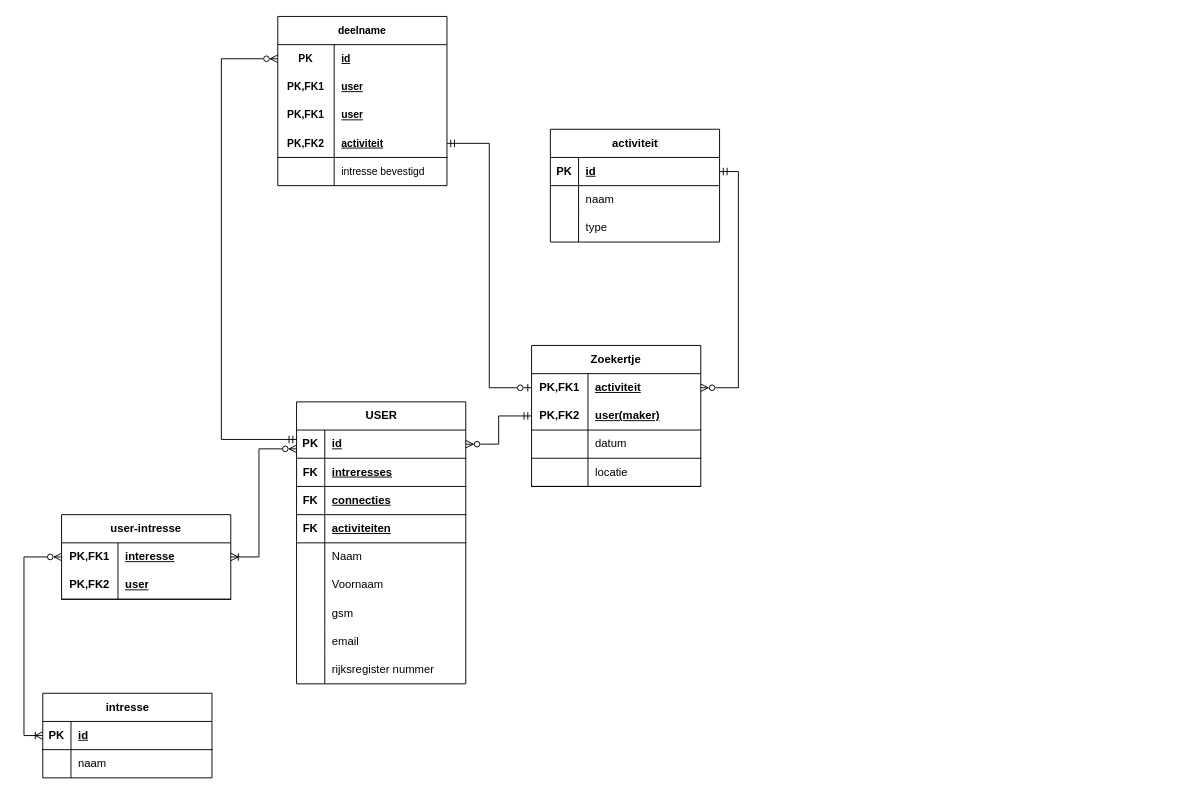
This is analysis/modelLogisch.drawio from UCLL-Full-stack/project2425-group6-15, a draw.io file, before an edit. Source tidied: cells renumbered, new cells numbered last; positions are measured from the earlier drawing's top-left corner, leaving out a move shared by most shapes. Both pictures are drawn from the tidied source at 94%, with x=0, y=0 at pixel (24, 16).
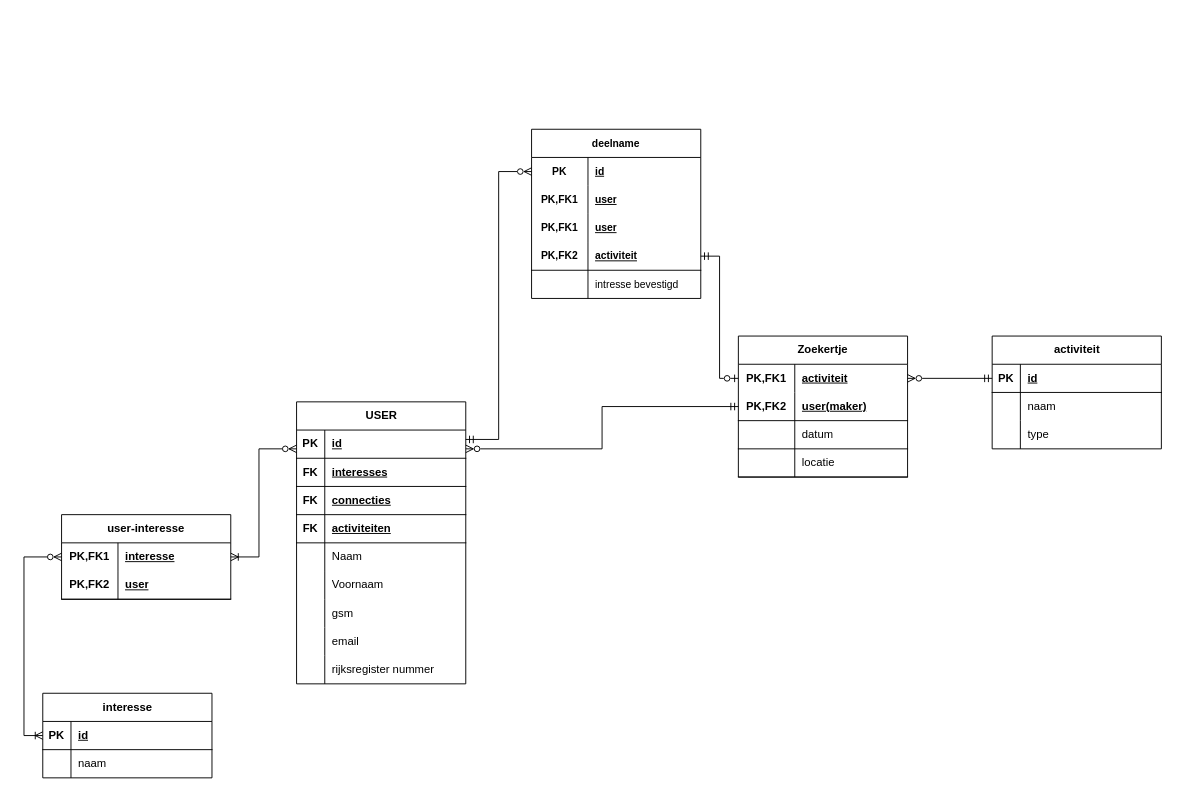
After the change.

Commit message:
Interesse aangepast

Unchanged cells that the change refers to:
```xml
<mxCell id="3" style="shape=tableRow;horizontal=0;startSize=0;swimlaneHead=0;swimlaneBody=0;fillColor=none;points=[[0,0.5],[1,0.5]];portConstraint=eastwest;top=0;left=0;right=0;bottom=1;" parent="2" vertex="1">
  <mxGeometry y="30" width="180" height="30" as="geometry" />
</mxCell>
<mxCell id="6" style="shape=tableRow;horizontal=0;startSize=0;swimlaneHead=0;swimlaneBody=0;fillColor=none;top=0;left=0;right=0;bottom=1;" parent="2" vertex="1">
  <mxGeometry y="60" width="180" height="30" as="geometry" />
</mxCell>
<mxCell id="31" style="shape=tableRow;horizontal=0;startSize=0;swimlaneHead=0;swimlaneBody=0;fillColor=none;points=[[0,0.5],[1,0.5]];portConstraint=eastwest;top=0;left=0;right=0;bottom=1;" parent="30" vertex="1">
  <mxGeometry y="30" width="180" height="30" as="geometry" />
</mxCell>
<mxCell id="57" style="shape=tableRow;horizontal=0;startSize=0;swimlaneHead=0;swimlaneBody=0;fillColor=none;points=[[0,0.5],[1,0.5]];portConstraint=eastwest;top=0;left=0;right=0;bottom=0;html=1;" parent="56" vertex="1">
  <mxGeometry y="30" width="180" height="30" as="geometry" />
</mxCell>
<mxCell id="60" style="shape=tableRow;horizontal=0;startSize=0;swimlaneHead=0;swimlaneBody=0;fillColor=none;points=[[0,0.5],[1,0.5]];portConstraint=eastwest;top=0;left=0;right=0;bottom=1;html=1;" parent="56" vertex="1">
  <mxGeometry y="60" width="180" height="30" as="geometry" />
</mxCell>
<mxCell id="72" style="shape=tableRow;horizontal=0;startSize=0;swimlaneHead=0;swimlaneBody=0;fillColor=none;points=[[0,0.5],[1,0.5]];portConstraint=eastwest;top=0;left=0;right=0;bottom=0;html=1;fontFamily=Helvetica;fontSize=11;fontColor=default;labelBackgroundColor=default;" parent="71" vertex="1">
  <mxGeometry y="30" width="180" height="30" as="geometry" />
</mxCell>
```

Change to the diagram source:
```diff
@@
-    <mxCell id="8" value="intreresses" style="shape=partialRectangle;fillColor=none;top=0;left=0;bottom=0;right=0;align=left;spacingLeft=6;fontStyle=5;overflow=hidden;whiteSpace=wrap;html=1;" parent="6" vertex="1">
+    <mxCell id="8" value="interesses" style="shape=partialRectangle;fillColor=none;top=0;left=0;bottom=0;right=0;align=left;spacingLeft=6;fontStyle=5;overflow=hidden;whiteSpace=wrap;html=1;" parent="6" vertex="1">
       <mxGeometry x="30" width="150" height="30" as="geometry" />
     </mxCell>
@@
     <mxCell id="30" value="activiteit" style="shape=table;startSize=30;childLayout=tableLayout;rowLines=0;fontStyle=1;align=center;html=1;" parent="1" vertex="1">
-      <mxGeometry x="560" y="120" width="180" height="120" as="geometry" />
+      <mxGeometry x="1030" y="340" width="180" height="120" as="geometry" />
     </mxCell>
@@
-    <mxCell id="41" value="intresse" style="shape=table;startSize=30;childLayout=tableLayout;rowLines=0;fontStyle=1;align=center;html=1;" parent="1" vertex="1">
+    <mxCell id="41" value="interesse" style="shape=table;startSize=30;childLayout=tableLayout;rowLines=0;fontStyle=1;align=center;html=1;" parent="1" vertex="1">
       <mxGeometry x="20" y="720" width="180" height="90" as="geometry" />
     </mxCell>
@@
-    <mxCell id="48" value="user-intresse" style="shape=table;startSize=30;childLayout=tableLayout;rowLines=0;fontStyle=1;align=center;html=1;whiteSpace=wrap;" parent="1" vertex="1">
+    <mxCell id="48" value="user-interesse" style="shape=table;startSize=30;childLayout=tableLayout;rowLines=0;fontStyle=1;align=center;html=1;whiteSpace=wrap;" parent="1" vertex="1">
       <mxGeometry x="40" y="530" width="180" height="90" as="geometry" />
     </mxCell>
@@
     <mxCell id="56" value="Zoekertje" style="shape=table;startSize=30;childLayout=tableLayout;rowLines=0;fontStyle=1;align=center;html=1;whiteSpace=wrap;" parent="1" vertex="1">
-      <mxGeometry x="540" y="350" width="180" height="150" as="geometry" />
+      <mxGeometry x="760" y="340" width="180" height="150" as="geometry" />
     </mxCell>
@@
     <mxCell id="69" style="edgeStyle=orthogonalEdgeStyle;shape=connector;rounded=0;jettySize=auto;html=1;strokeColor=default;align=center;verticalAlign=middle;fontFamily=Helvetica;fontSize=11;fontColor=default;labelBackgroundColor=default;endArrow=ERzeroToMany;endFill=0;startArrow=ERmandOne;startFill=0;" parent="1" edge="1" source="60" target="3">
-      <mxGeometry relative="1" as="geometry" />
+      <mxGeometry relative="1" as="geometry">
+        <Array as="points">
+          <mxPoint x="615" y="415" />
+          <mxPoint x="615" y="460" />
+        </Array>
+      </mxGeometry>
     </mxCell>
-    <mxCell id="70" style="edgeStyle=orthogonalEdgeStyle;shape=connector;rounded=0;jettySize=auto;html=1;entryX=1;entryY=0.5;entryDx=0;entryDy=0;strokeColor=default;align=center;verticalAlign=middle;fontFamily=Helvetica;fontSize=11;fontColor=default;labelBackgroundColor=default;endArrow=ERmandOne;endFill=0;startArrow=ERzeroToMany;startFill=0;" parent="1" edge="1" source="57" target="31">
+    <mxCell id="70" style="shape=connector;rounded=0;jettySize=auto;html=1;strokeColor=default;align=center;verticalAlign=middle;fontFamily=Helvetica;fontSize=11;fontColor=default;labelBackgroundColor=default;endArrow=ERmandOne;endFill=0;startArrow=ERzeroToMany;startFill=0;edgeStyle=orthogonalEdgeStyle;" parent="1" edge="1" source="57" target="31">
       <mxGeometry relative="1" as="geometry" />
     </mxCell>
     <mxCell id="71" value="deelname" style="shape=table;startSize=30;childLayout=tableLayout;rowLines=0;fontStyle=1;align=center;html=1;whiteSpace=wrap;fontFamily=Helvetica;fontSize=11;fontColor=default;labelBackgroundColor=default;" parent="1" vertex="1">
-      <mxGeometry x="270" width="180" height="180" as="geometry" />
+      <mxGeometry x="540" y="120" width="180" height="180" as="geometry" />
     </mxCell>
@@
-    <mxCell id="87" style="edgeStyle=orthogonalEdgeStyle;shape=connector;rounded=0;jettySize=auto;html=1;strokeColor=default;align=center;verticalAlign=middle;fontFamily=Helvetica;fontSize=11;fontColor=default;labelBackgroundColor=default;endArrow=ERmandOne;endFill=0;startArrow=ERzeroToMany;startFill=0;" parent="1" edge="1" source="72" target="3">
+    <mxCell id="87" style="shape=connector;rounded=0;jettySize=auto;html=1;strokeColor=default;align=center;verticalAlign=middle;fontFamily=Helvetica;fontSize=11;fontColor=default;labelBackgroundColor=default;endArrow=ERmandOne;endFill=0;startArrow=ERzeroToMany;startFill=0;edgeStyle=orthogonalEdgeStyle;" parent="1" edge="1" source="72" target="3">
       <mxGeometry relative="1" as="geometry">
         <Array as="points">
-          <mxPoint x="210" y="45" />
-          <mxPoint x="210" y="450" />
+          <mxPoint x="505" y="165" />
+          <mxPoint x="505" y="450" />
         </Array>
       </mxGeometry>
     </mxCell>
```
